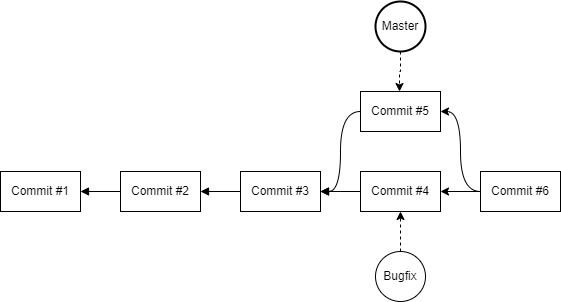
braboj/tutorial-git keeps this draw.io diagram as Assets/images/git-branch-merge.png. Above is the earlier version. Source tidied: cells renumbered, new cells last; positions are measured from the earlier drawing's top-left corner, leaving out a move shared by most shapes.
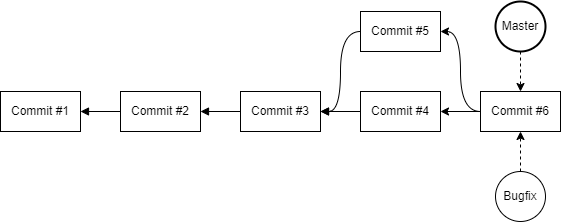
The same diagram one commit later.

Diff of the diagram source:
```diff
@@ -23,22 +23,20 @@
     <mxCell id="8" value="Commit #3" style="rounded=0;whiteSpace=wrap;html=1;" parent="1" vertex="1">
       <mxGeometry x="240" y="170" width="80" height="40" as="geometry" />
     </mxCell>
-    <mxCell id="9" style="edgeStyle=orthogonalEdgeStyle;rounded=0;jettySize=auto;html=1;entryX=0.5;entryY=0;entryDx=0;entryDy=0;dashed=1;" parent="1" edge="1" source="10">
-      <mxGeometry relative="1" as="geometry">
-        <mxPoint x="399" y="90" as="targetPoint" />
-      </mxGeometry>
+    <mxCell id="9" style="edgeStyle=orthogonalEdgeStyle;rounded=0;jettySize=auto;html=1;entryX=0.5;entryY=0;entryDx=0;entryDy=0;dashed=1;" parent="1" edge="1" source="10" target="17">
+      <mxGeometry relative="1" as="geometry" />
     </mxCell>
     <mxCell id="10" value="Master" style="ellipse;whiteSpace=wrap;html=1;strokeWidth=2;" parent="1" vertex="1">
-      <mxGeometry x="375" width="50" height="50" as="geometry" />
+      <mxGeometry x="495" y="80" width="50" height="50" as="geometry" />
     </mxCell>
     <mxCell id="11" value="Commit #4" style="rounded=0;whiteSpace=wrap;html=1;" parent="1" vertex="1">
       <mxGeometry x="360" y="170" width="80" height="40" as="geometry" />
     </mxCell>
-    <mxCell id="12" style="edgeStyle=orthogonalEdgeStyle;rounded=0;jettySize=auto;html=1;entryX=0.5;entryY=1;entryDx=0;entryDy=0;dashed=1;" parent="1" edge="1" source="13" target="11">
+    <mxCell id="12" style="edgeStyle=orthogonalEdgeStyle;rounded=0;jettySize=auto;html=1;entryX=0.5;entryY=1;entryDx=0;entryDy=0;dashed=1;" parent="1" edge="1" source="13" target="17">
       <mxGeometry relative="1" as="geometry" />
     </mxCell>
     <mxCell id="13" value="Bugfix" style="ellipse;whiteSpace=wrap;html=1;" parent="1" vertex="1">
-      <mxGeometry x="375" y="250" width="50" height="50" as="geometry" />
+      <mxGeometry x="495" y="250" width="50" height="50" as="geometry" />
     </mxCell>
     <mxCell id="14" value="Commit #5" style="rounded=0;whiteSpace=wrap;html=1;" parent="1" vertex="1">
       <mxGeometry x="360" y="90" width="80" height="40" as="geometry" />
```
